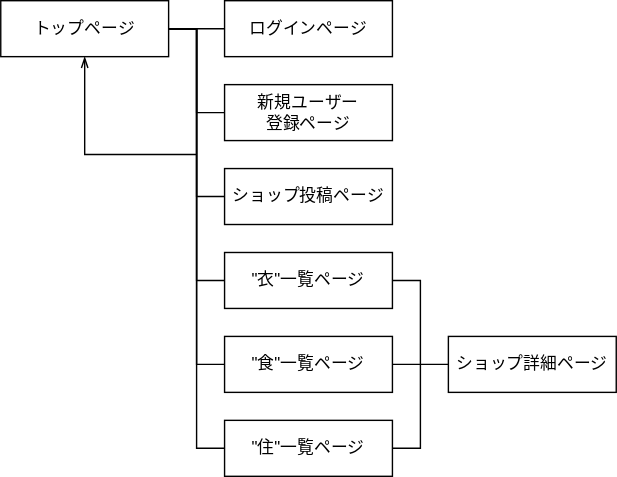
This is osakawalker_transition.drawio.svg from hso-sue/osakawalker, a draw.io export, as it was before one commit. Source tidied: cells renumbered, new cells last; positions are measured from the earlier drawing's top-left corner, leaving out a move shared by most shapes. The source it was exported from:
```xml
<mxGraphModel>
  <root>
    <mxCell id="0" />
    <mxCell id="1" parent="0" />
    <mxCell id="2" style="edgeStyle=none;rounded=0;html=1;exitX=1;exitY=0.5;exitDx=0;exitDy=0;entryX=0;entryY=0.5;entryDx=0;entryDy=0;endArrow=none;endFill=0;" parent="1" edge="1" source="7" target="8">
      <mxGeometry relative="1" as="geometry" />
    </mxCell>
    <mxCell id="3" style="edgeStyle=none;rounded=0;html=1;exitX=1;exitY=0.5;exitDx=0;exitDy=0;entryX=0;entryY=0.5;entryDx=0;entryDy=0;endArrow=none;endFill=0;" parent="1" edge="1" source="7" target="9">
      <mxGeometry relative="1" as="geometry">
        <Array as="points">
          <mxPoint x="140" y="20" />
          <mxPoint x="140" y="80" />
        </Array>
      </mxGeometry>
    </mxCell>
    <mxCell id="4" style="edgeStyle=none;rounded=0;html=1;exitX=1;exitY=0.5;exitDx=0;exitDy=0;entryX=0;entryY=0.5;entryDx=0;entryDy=0;endArrow=none;endFill=0;" parent="1" edge="1" source="7" target="10">
      <mxGeometry relative="1" as="geometry">
        <Array as="points">
          <mxPoint x="140" y="20" />
          <mxPoint x="140" y="140" />
        </Array>
      </mxGeometry>
    </mxCell>
    <mxCell id="5" style="edgeStyle=none;rounded=0;html=1;exitX=1;exitY=0.5;exitDx=0;exitDy=0;entryX=0;entryY=0.5;entryDx=0;entryDy=0;endArrow=none;endFill=0;" parent="1" edge="1" source="7" target="16">
      <mxGeometry relative="1" as="geometry">
        <Array as="points">
          <mxPoint x="140" y="20" />
          <mxPoint x="140" y="260" />
        </Array>
      </mxGeometry>
    </mxCell>
    <mxCell id="6" style="edgeStyle=none;html=1;exitX=0.5;exitY=1;exitDx=0;exitDy=0;endArrow=none;endFill=0;rounded=0;startArrow=openThin;startFill=0;" parent="1" edge="1" source="7">
      <mxGeometry relative="1" as="geometry">
        <mxPoint x="140" y="110" as="targetPoint" />
        <Array as="points">
          <mxPoint x="60" y="110" />
        </Array>
      </mxGeometry>
    </mxCell>
    <mxCell id="7" value="トップページ" style="rounded=0;whiteSpace=wrap;html=1;" parent="1" vertex="1">
      <mxGeometry width="120" height="40" as="geometry" />
    </mxCell>
    <mxCell id="8" value="ログインページ" style="rounded=0;whiteSpace=wrap;html=1;" parent="1" vertex="1">
      <mxGeometry x="160" width="120" height="40" as="geometry" />
    </mxCell>
    <mxCell id="9" value="新規ユーザー&lt;br&gt;登録ページ" style="rounded=0;whiteSpace=wrap;html=1;" parent="1" vertex="1">
      <mxGeometry x="160" y="60" width="120" height="40" as="geometry" />
    </mxCell>
    <mxCell id="10" value="ショップ投稿ページ" style="rounded=0;whiteSpace=wrap;html=1;" parent="1" vertex="1">
      <mxGeometry x="160" y="120" width="120" height="40" as="geometry" />
    </mxCell>
    <mxCell id="11" value="ショップ詳細ページ" style="rounded=0;whiteSpace=wrap;html=1;" parent="1" vertex="1">
      <mxGeometry x="320" y="240" width="120" height="40" as="geometry" />
    </mxCell>
    <mxCell id="12" style="edgeStyle=none;rounded=0;html=1;exitX=0;exitY=0.5;exitDx=0;exitDy=0;entryX=1;entryY=0.5;entryDx=0;entryDy=0;endArrow=none;endFill=0;" parent="1" edge="1" source="14" target="7">
      <mxGeometry relative="1" as="geometry">
        <Array as="points">
          <mxPoint x="140" y="200" />
          <mxPoint x="140" y="20" />
        </Array>
      </mxGeometry>
    </mxCell>
    <mxCell id="13" style="edgeStyle=none;rounded=0;html=1;exitX=1;exitY=0.5;exitDx=0;exitDy=0;endArrow=none;endFill=0;" parent="1" edge="1" source="14">
      <mxGeometry relative="1" as="geometry">
        <mxPoint x="300" y="260" as="targetPoint" />
        <Array as="points">
          <mxPoint x="300" y="200" />
        </Array>
      </mxGeometry>
    </mxCell>
    <mxCell id="14" value="&quot;衣&quot;一覧ページ" style="rounded=0;whiteSpace=wrap;html=1;" parent="1" vertex="1">
      <mxGeometry x="160" y="180" width="120" height="40" as="geometry" />
    </mxCell>
    <mxCell id="15" style="edgeStyle=none;rounded=0;html=1;exitX=1;exitY=0.5;exitDx=0;exitDy=0;entryX=0;entryY=0.5;entryDx=0;entryDy=0;endArrow=none;endFill=0;" parent="1" edge="1" source="16" target="11">
      <mxGeometry relative="1" as="geometry" />
    </mxCell>
    <mxCell id="16" value="&quot;食&quot;一覧ページ" style="rounded=0;whiteSpace=wrap;html=1;" parent="1" vertex="1">
      <mxGeometry x="160" y="240" width="120" height="40" as="geometry" />
    </mxCell>
    <mxCell id="17" style="edgeStyle=none;rounded=0;html=1;exitX=0;exitY=0.5;exitDx=0;exitDy=0;entryX=1;entryY=0.5;entryDx=0;entryDy=0;endArrow=none;endFill=0;" parent="1" edge="1" source="19" target="7">
      <mxGeometry relative="1" as="geometry">
        <Array as="points">
          <mxPoint x="140" y="320" />
          <mxPoint x="140" y="20" />
        </Array>
      </mxGeometry>
    </mxCell>
    <mxCell id="18" style="edgeStyle=none;rounded=0;html=1;exitX=1;exitY=0.5;exitDx=0;exitDy=0;endArrow=none;endFill=0;" parent="1" edge="1" source="19">
      <mxGeometry relative="1" as="geometry">
        <mxPoint x="300" y="260" as="targetPoint" />
        <Array as="points">
          <mxPoint x="300" y="320" />
        </Array>
      </mxGeometry>
    </mxCell>
    <mxCell id="19" value="&quot;住&quot;一覧ページ" style="rounded=0;whiteSpace=wrap;html=1;" parent="1" vertex="1">
      <mxGeometry x="160" y="300" width="120" height="40" as="geometry" />
    </mxCell>
  </root>
</mxGraphModel>
```
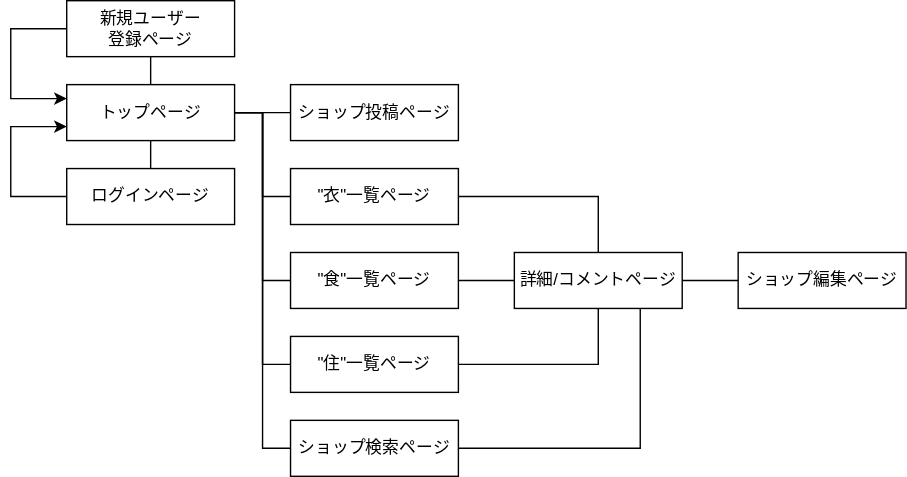
The same file after the commit.

Commit message:
READMEと遷移図の修正

Change to the diagram source:
```diff
@@ -2,99 +2,119 @@
   <root>
     <mxCell id="0" />
     <mxCell id="1" parent="0" />
-    <mxCell id="2" style="edgeStyle=none;rounded=0;html=1;exitX=1;exitY=0.5;exitDx=0;exitDy=0;entryX=0;entryY=0.5;entryDx=0;entryDy=0;endArrow=none;endFill=0;" parent="1" edge="1" source="7" target="8">
+    <mxCell id="2" style="edgeStyle=none;rounded=0;html=1;exitX=0.5;exitY=1;exitDx=0;exitDy=0;entryX=0.5;entryY=0;entryDx=0;entryDy=0;endArrow=none;endFill=0;" parent="1" edge="1" source="7" target="8">
       <mxGeometry relative="1" as="geometry" />
     </mxCell>
-    <mxCell id="3" style="edgeStyle=none;rounded=0;html=1;exitX=1;exitY=0.5;exitDx=0;exitDy=0;entryX=0;entryY=0.5;entryDx=0;entryDy=0;endArrow=none;endFill=0;" parent="1" edge="1" source="7" target="9">
-      <mxGeometry relative="1" as="geometry">
-        <Array as="points">
-          <mxPoint x="140" y="20" />
-          <mxPoint x="140" y="80" />
-        </Array>
-      </mxGeometry>
-    </mxCell>
+    <mxCell id="20" style="edgeStyle=none;rounded=0;html=1;exitX=0;exitY=0.75;exitDx=0;exitDy=0;entryX=0;entryY=0.5;entryDx=0;entryDy=0;endArrow=none;endFill=0;startArrow=classic;startFill=1;" parent="1" edge="1" source="7" target="8">
+      <mxGeometry relative="1" as="geometry">
+        <Array as="points">
+          <mxPoint x="-40" y="150" />
+          <mxPoint x="-40" y="200" />
+        </Array>
+      </mxGeometry>
+    </mxCell>
-    <mxCell id="4" style="edgeStyle=none;rounded=0;html=1;exitX=1;exitY=0.5;exitDx=0;exitDy=0;entryX=0;entryY=0.5;entryDx=0;entryDy=0;endArrow=none;endFill=0;" parent="1" edge="1" source="7" target="10">
-      <mxGeometry relative="1" as="geometry">
-        <Array as="points">
-          <mxPoint x="140" y="20" />
-          <mxPoint x="140" y="140" />
-        </Array>
-      </mxGeometry>
+    <mxCell id="4" style="edgeStyle=none;rounded=0;html=1;exitX=1;exitY=0.5;exitDx=0;exitDy=0;entryX=0;entryY=0.5;entryDx=0;entryDy=0;startArrow=none;startFill=0;endArrow=none;endFill=0;" parent="1" edge="1" source="7" target="10">
+      <mxGeometry relative="1" as="geometry" />
     </mxCell>
-    <mxCell id="5" style="edgeStyle=none;rounded=0;html=1;exitX=1;exitY=0.5;exitDx=0;exitDy=0;entryX=0;entryY=0.5;entryDx=0;entryDy=0;endArrow=none;endFill=0;" parent="1" edge="1" source="7" target="16">
+    <mxCell id="5" style="edgeStyle=none;html=1;exitX=1;exitY=0.5;exitDx=0;exitDy=0;entryX=0;entryY=0.5;entryDx=0;entryDy=0;startArrow=none;startFill=0;endArrow=none;endFill=0;strokeColor=default;rounded=0;" parent="1" edge="1" source="7" target="16">
       <mxGeometry relative="1" as="geometry">
         <Array as="points">
-          <mxPoint x="140" y="20" />
+          <mxPoint x="140" y="140" />
           <mxPoint x="140" y="260" />
         </Array>
       </mxGeometry>
     </mxCell>
-    <mxCell id="6" style="edgeStyle=none;html=1;exitX=0.5;exitY=1;exitDx=0;exitDy=0;endArrow=none;endFill=0;rounded=0;startArrow=openThin;startFill=0;" parent="1" edge="1" source="7">
-      <mxGeometry relative="1" as="geometry">
-        <mxPoint x="140" y="110" as="targetPoint" />
-        <Array as="points">
-          <mxPoint x="60" y="110" />
-        </Array>
-      </mxGeometry>
-    </mxCell>
     <mxCell id="7" value="トップページ" style="rounded=0;whiteSpace=wrap;html=1;" parent="1" vertex="1">
-      <mxGeometry width="120" height="40" as="geometry" />
+      <mxGeometry y="120" width="120" height="40" as="geometry" />
     </mxCell>
     <mxCell id="8" value="ログインページ" style="rounded=0;whiteSpace=wrap;html=1;" parent="1" vertex="1">
-      <mxGeometry x="160" width="120" height="40" as="geometry" />
+      <mxGeometry y="180" width="120" height="40" as="geometry" />
     </mxCell>
+    <mxCell id="21" style="edgeStyle=none;rounded=0;html=1;exitX=0.5;exitY=1;exitDx=0;exitDy=0;entryX=0.5;entryY=0;entryDx=0;entryDy=0;endArrow=none;endFill=0;" parent="1" edge="1" source="9" target="7">
+      <mxGeometry relative="1" as="geometry" />
+    </mxCell>
+    <mxCell id="22" style="edgeStyle=none;rounded=0;html=1;exitX=0;exitY=0.5;exitDx=0;exitDy=0;entryX=0;entryY=0.25;entryDx=0;entryDy=0;endArrow=classic;endFill=1;" parent="1" edge="1" source="9" target="7">
+      <mxGeometry relative="1" as="geometry">
+        <Array as="points">
+          <mxPoint x="-40" y="80" />
+          <mxPoint x="-40" y="130" />
+        </Array>
+      </mxGeometry>
+    </mxCell>
     <mxCell id="9" value="新規ユーザー&lt;br&gt;登録ページ" style="rounded=0;whiteSpace=wrap;html=1;" parent="1" vertex="1">
-      <mxGeometry x="160" y="60" width="120" height="40" as="geometry" />
+      <mxGeometry y="60" width="120" height="40" as="geometry" />
     </mxCell>
     <mxCell id="10" value="ショップ投稿ページ" style="rounded=0;whiteSpace=wrap;html=1;" parent="1" vertex="1">
       <mxGeometry x="160" y="120" width="120" height="40" as="geometry" />
     </mxCell>
+    <mxCell id="23" style="edgeStyle=none;rounded=0;html=1;exitX=0;exitY=0.5;exitDx=0;exitDy=0;entryX=1;entryY=0.5;entryDx=0;entryDy=0;startArrow=none;startFill=0;endArrow=none;endFill=0;" parent="1" edge="1" source="11" target="16">
+      <mxGeometry relative="1" as="geometry" />
+    </mxCell>
+    <mxCell id="24" style="edgeStyle=none;rounded=0;html=1;exitX=0.75;exitY=1;exitDx=0;exitDy=0;entryX=1;entryY=0.5;entryDx=0;entryDy=0;startArrow=none;startFill=0;endArrow=none;endFill=0;strokeColor=default;" parent="1" edge="1" source="11" target="29">
+      <mxGeometry relative="1" as="geometry">
+        <Array as="points">
+          <mxPoint x="410" y="380" />
+        </Array>
+      </mxGeometry>
+    </mxCell>
+    <mxCell id="25" style="edgeStyle=none;rounded=0;html=1;exitX=1;exitY=0.5;exitDx=0;exitDy=0;entryX=0;entryY=0.5;entryDx=0;entryDy=0;startArrow=none;startFill=0;endArrow=none;endFill=0;strokeColor=default;" parent="1" edge="1" source="11" target="30">
+      <mxGeometry relative="1" as="geometry" />
+    </mxCell>
-    <mxCell id="11" value="ショップ詳細ページ" style="rounded=0;whiteSpace=wrap;html=1;" parent="1" vertex="1">
+    <mxCell id="11" value="詳細/コメントページ" style="rounded=0;whiteSpace=wrap;html=1;" parent="1" vertex="1">
       <mxGeometry x="320" y="240" width="120" height="40" as="geometry" />
     </mxCell>
+    <mxCell id="26" style="edgeStyle=none;rounded=0;html=1;exitX=1;exitY=0.5;exitDx=0;exitDy=0;entryX=0.5;entryY=0;entryDx=0;entryDy=0;startArrow=none;startFill=0;endArrow=none;endFill=0;" parent="1" edge="1" source="14" target="11">
+      <mxGeometry relative="1" as="geometry">
+        <Array as="points">
+          <mxPoint x="380" y="200" />
+        </Array>
+      </mxGeometry>
+    </mxCell>
-    <mxCell id="12" style="edgeStyle=none;rounded=0;html=1;exitX=0;exitY=0.5;exitDx=0;exitDy=0;entryX=1;entryY=0.5;entryDx=0;entryDy=0;endArrow=none;endFill=0;" parent="1" edge="1" source="14" target="7">
+    <mxCell id="12" style="edgeStyle=none;rounded=0;html=1;exitX=0;exitY=0.5;exitDx=0;exitDy=0;entryX=1;entryY=0.5;entryDx=0;entryDy=0;startArrow=none;startFill=0;endArrow=none;endFill=0;" parent="1" edge="1" source="14" target="7">
       <mxGeometry relative="1" as="geometry">
         <Array as="points">
           <mxPoint x="140" y="200" />
-          <mxPoint x="140" y="20" />
+          <mxPoint x="140" y="140" />
         </Array>
       </mxGeometry>
     </mxCell>
-    <mxCell id="13" style="edgeStyle=none;rounded=0;html=1;exitX=1;exitY=0.5;exitDx=0;exitDy=0;endArrow=none;endFill=0;" parent="1" edge="1" source="14">
-      <mxGeometry relative="1" as="geometry">
-        <mxPoint x="300" y="260" as="targetPoint" />
-        <Array as="points">
-          <mxPoint x="300" y="200" />
-        </Array>
-      </mxGeometry>
-    </mxCell>
     <mxCell id="14" value="&quot;衣&quot;一覧ページ" style="rounded=0;whiteSpace=wrap;html=1;" parent="1" vertex="1">
       <mxGeometry x="160" y="180" width="120" height="40" as="geometry" />
     </mxCell>
-    <mxCell id="15" style="edgeStyle=none;rounded=0;html=1;exitX=1;exitY=0.5;exitDx=0;exitDy=0;entryX=0;entryY=0.5;entryDx=0;entryDy=0;endArrow=none;endFill=0;" parent="1" edge="1" source="16" target="11">
-      <mxGeometry relative="1" as="geometry" />
-    </mxCell>
     <mxCell id="16" value="&quot;食&quot;一覧ページ" style="rounded=0;whiteSpace=wrap;html=1;" parent="1" vertex="1">
       <mxGeometry x="160" y="240" width="120" height="40" as="geometry" />
     </mxCell>
+    <mxCell id="27" style="edgeStyle=none;rounded=0;html=1;exitX=1;exitY=0.5;exitDx=0;exitDy=0;entryX=0.5;entryY=1;entryDx=0;entryDy=0;startArrow=none;startFill=0;endArrow=none;endFill=0;" parent="1" edge="1" source="19" target="11">
+      <mxGeometry relative="1" as="geometry">
+        <Array as="points">
+          <mxPoint x="380" y="320" />
+        </Array>
+      </mxGeometry>
+    </mxCell>
-    <mxCell id="17" style="edgeStyle=none;rounded=0;html=1;exitX=0;exitY=0.5;exitDx=0;exitDy=0;entryX=1;entryY=0.5;entryDx=0;entryDy=0;endArrow=none;endFill=0;" parent="1" edge="1" source="19" target="7">
+    <mxCell id="17" style="edgeStyle=none;rounded=0;html=1;exitX=0;exitY=0.5;exitDx=0;exitDy=0;entryX=1;entryY=0.5;entryDx=0;entryDy=0;startArrow=none;startFill=0;endArrow=none;endFill=0;strokeColor=default;" parent="1" edge="1" source="19" target="7">
       <mxGeometry relative="1" as="geometry">
         <Array as="points">
           <mxPoint x="140" y="320" />
-          <mxPoint x="140" y="20" />
+          <mxPoint x="140" y="140" />
         </Array>
       </mxGeometry>
     </mxCell>
-    <mxCell id="18" style="edgeStyle=none;rounded=0;html=1;exitX=1;exitY=0.5;exitDx=0;exitDy=0;endArrow=none;endFill=0;" parent="1" edge="1" source="19">
-      <mxGeometry relative="1" as="geometry">
-        <mxPoint x="300" y="260" as="targetPoint" />
-        <Array as="points">
-          <mxPoint x="300" y="320" />
-        </Array>
-      </mxGeometry>
-    </mxCell>
     <mxCell id="19" value="&quot;住&quot;一覧ページ" style="rounded=0;whiteSpace=wrap;html=1;" parent="1" vertex="1">
       <mxGeometry x="160" y="300" width="120" height="40" as="geometry" />
     </mxCell>
+    <mxCell id="28" style="edgeStyle=none;rounded=0;html=1;exitX=0;exitY=0.5;exitDx=0;exitDy=0;entryX=1;entryY=0.5;entryDx=0;entryDy=0;startArrow=none;startFill=0;endArrow=none;endFill=0;strokeColor=default;" parent="1" edge="1" source="29" target="7">
+      <mxGeometry relative="1" as="geometry">
+        <Array as="points">
+          <mxPoint x="140" y="380" />
+          <mxPoint x="140" y="140" />
+        </Array>
+      </mxGeometry>
+    </mxCell>
+    <mxCell id="29" value="ショップ検索ページ" style="rounded=0;whiteSpace=wrap;html=1;" parent="1" vertex="1">
+      <mxGeometry x="160" y="360" width="120" height="40" as="geometry" />
+    </mxCell>
+    <mxCell id="30" value="ショップ編集ページ" style="rounded=0;whiteSpace=wrap;html=1;" parent="1" vertex="1">
+      <mxGeometry x="480" y="240" width="120" height="40" as="geometry" />
+    </mxCell>
   </root>
 </mxGraphModel>
```
